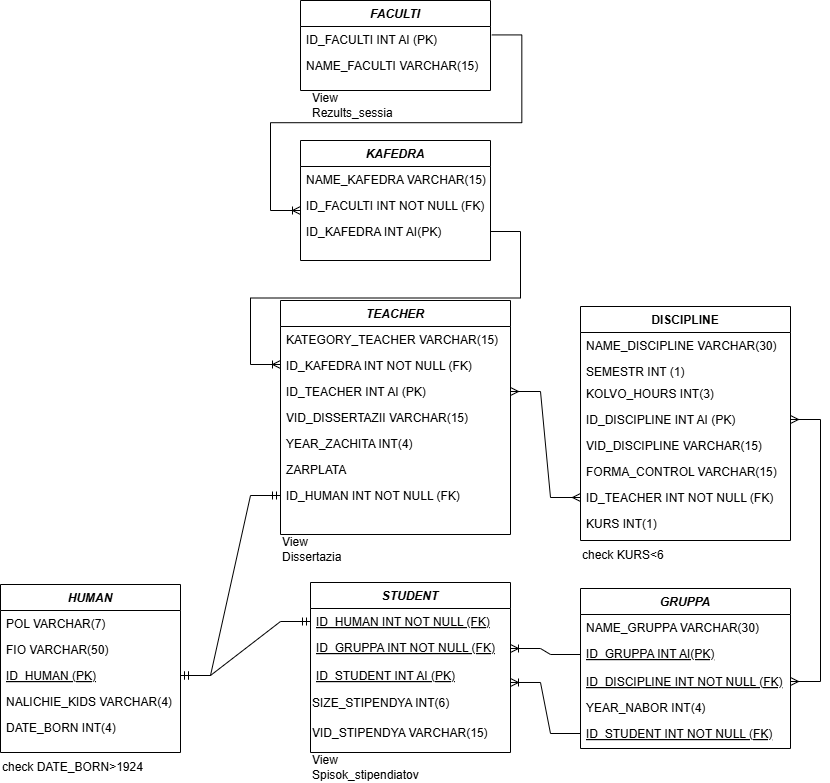
ksinph/PSTU_LABS_2023 keeps this draw.io diagram as laba 3 bd.drawio.png. Above is the earlier version. Source tidied: cells renumbered, new cells last; positions are measured from the earlier drawing's top-left corner, leaving out a move shared by most shapes.
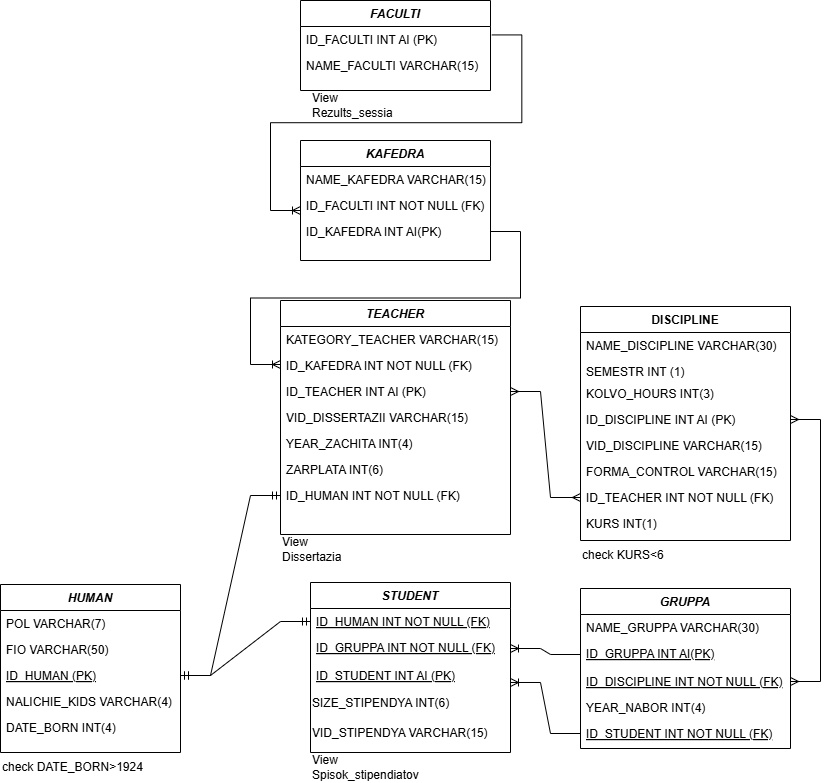
After the commit.

What changed in the source:
```diff
@@ -119,7 +119,7 @@
     <mxCell id="30" value="YEAR_ZACHITA INT(4)" style="text;align=left;verticalAlign=top;spacingLeft=4;spacingRight=4;overflow=hidden;" parent="24" vertex="1">
       <mxGeometry y="130" width="230" height="26" as="geometry" />
     </mxCell>
-    <mxCell id="31" value="ZARPLATA" style="text;align=left;verticalAlign=top;spacingLeft=4;spacingRight=4;overflow=hidden;" parent="24" vertex="1">
+    <mxCell id="31" value="ZARPLATA INT(6)" style="text;align=left;verticalAlign=top;spacingLeft=4;spacingRight=4;overflow=hidden;" parent="24" vertex="1">
       <mxGeometry y="156" width="230" height="26" as="geometry" />
     </mxCell>
     <mxCell id="32" value="ID_HUMAN INT NOT NULL (FK)" style="text;align=left;verticalAlign=top;spacingLeft=4;spacingRight=4;overflow=hidden;points=[[0,0.5],[1,0.5]];portConstraint=eastwest;rounded=0;shadow=0;html=0;fontStyle=0;" parent="24" vertex="1">
```
